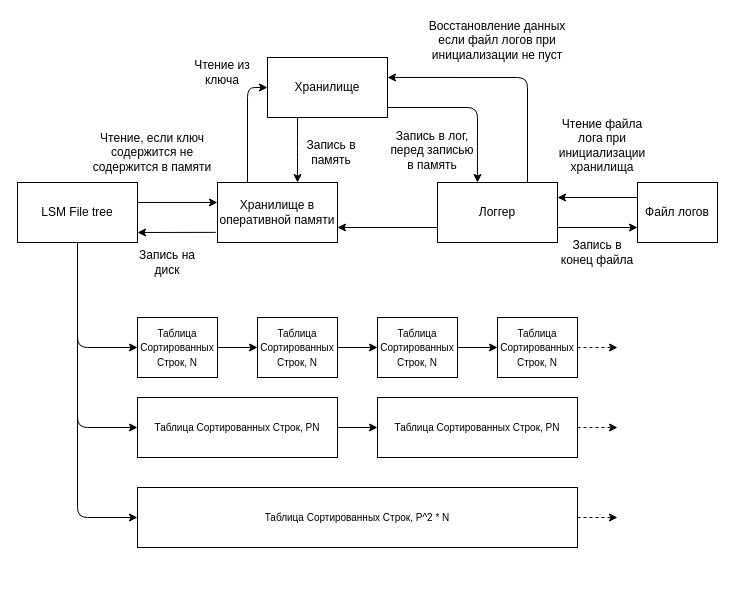
Earlier version of the draw.io diagram 3 LsmStorage.drawio (don-dron/dbms). Source tidied: cells renumbered, new cells numbered last; positions are measured from the earlier drawing's top-left corner, leaving out a move shared by most shapes. Both pictures are drawn from the tidied source at 100%, with x=0, y=0 at pixel (17, 17).
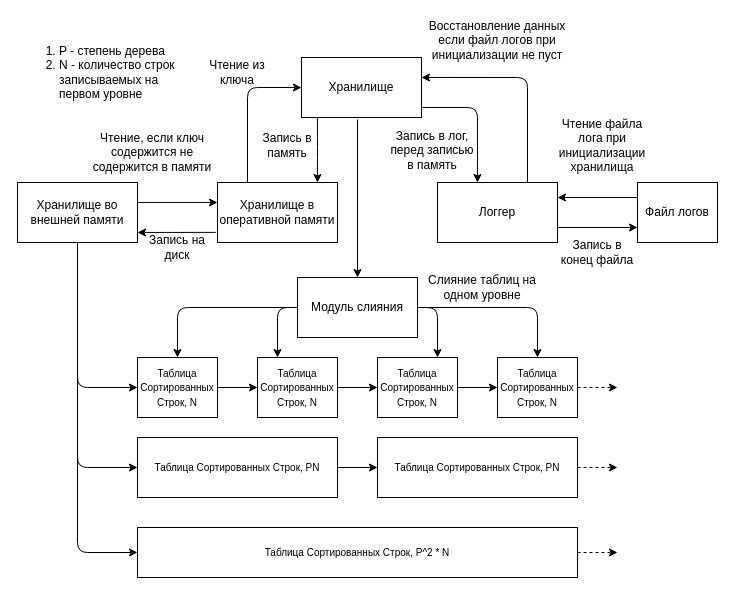
After the change.

The change refers to these unchanged cells:
```xml
<mxCell id="4" value="Хранилище в оперативной памяти" style="rounded=0;whiteSpace=wrap;html=1;" parent="1" vertex="1">
  <mxGeometry x="200" y="165" width="120" height="60" as="geometry" />
</mxCell>
<mxCell id="23" value="Логгер" style="rounded=0;whiteSpace=wrap;html=1;" parent="1" vertex="1">
  <mxGeometry x="420" y="165" width="120" height="60" as="geometry" />
</mxCell>
```

What changed in the source:
```diff
@@
     <mxCell id="2" value="Хранилище" style="rounded=0;whiteSpace=wrap;html=1;" parent="1" vertex="1">
-      <mxGeometry x="250" y="40" width="120" height="60" as="geometry" />
+      <mxGeometry x="284" y="40" width="120" height="60" as="geometry" />
     </mxCell>
-    <mxCell id="3" value="&lt;span&gt;LSM File tree&lt;/span&gt;" style="rounded=0;whiteSpace=wrap;html=1;" parent="1" vertex="1">
+    <mxCell id="3" value="Хранилище во внешней памяти" style="rounded=0;whiteSpace=wrap;html=1;" parent="1" vertex="1">
       <mxGeometry y="165" width="120" height="60" as="geometry" />
     </mxCell>
@@
     <mxCell id="5" value="&lt;font style=&quot;font-size: 10px&quot;&gt;Таблица Сортированных Строк, N&lt;/font&gt;" style="rounded=0;whiteSpace=wrap;html=1;" parent="1" vertex="1">
-      <mxGeometry x="120" y="300" width="80" height="60" as="geometry" />
+      <mxGeometry x="120" y="340" width="80" height="60" as="geometry" />
     </mxCell>
     <mxCell id="6" value="&lt;span style=&quot;font-size: 10px&quot;&gt;Таблица Сортированных Строк, N&lt;/span&gt;" style="rounded=0;whiteSpace=wrap;html=1;" parent="1" vertex="1">
-      <mxGeometry x="240" y="300" width="80" height="60" as="geometry" />
+      <mxGeometry x="240" y="340" width="80" height="60" as="geometry" />
     </mxCell>
     <mxCell id="7" value="&lt;span style=&quot;font-size: 10px&quot;&gt;Таблица Сортированных Строк, N&lt;/span&gt;" style="rounded=0;whiteSpace=wrap;html=1;" parent="1" vertex="1">
-      <mxGeometry x="360" y="300" width="80" height="60" as="geometry" />
+      <mxGeometry x="360" y="340" width="80" height="60" as="geometry" />
     </mxCell>
     <mxCell id="8" value="&lt;span style=&quot;font-size: 10px&quot;&gt;Таблица Сортированных Строк, N&lt;/span&gt;" style="rounded=0;whiteSpace=wrap;html=1;" parent="1" vertex="1">
-      <mxGeometry x="480" y="300" width="80" height="60" as="geometry" />
+      <mxGeometry x="480" y="340" width="80" height="60" as="geometry" />
     </mxCell>
     <mxCell id="9" value="&lt;span style=&quot;font-size: 10px&quot;&gt;Таблица Сортированных Строк, PN&lt;/span&gt;" style="rounded=0;whiteSpace=wrap;html=1;" parent="1" vertex="1">
-      <mxGeometry x="120" y="380" width="200" height="60" as="geometry" />
+      <mxGeometry x="120" y="420" width="200" height="60" as="geometry" />
     </mxCell>
     <mxCell id="10" value="&lt;span style=&quot;font-size: 10px&quot;&gt;Таблица Сортированных Строк, PN&lt;/span&gt;" style="rounded=0;whiteSpace=wrap;html=1;" parent="1" vertex="1">
-      <mxGeometry x="360" y="380" width="200" height="60" as="geometry" />
+      <mxGeometry x="360" y="420" width="200" height="60" as="geometry" />
     </mxCell>
     <mxCell id="11" value="&lt;span style=&quot;font-size: 10px&quot;&gt;Таблица Сортированных Строк, P^2 * N&lt;/span&gt;" style="rounded=0;whiteSpace=wrap;html=1;" parent="1" vertex="1">
-      <mxGeometry x="120" y="470" width="440" height="60" as="geometry" />
+      <mxGeometry x="120" y="510" width="440" height="50" as="geometry" />
     </mxCell>
-    <mxCell id="12" style="endArrow=classic;html=1;exitX=0.5;exitY=1;exitDx=0;exitDy=0;entryX=0;entryY=0.5;entryDx=0;entryDy=0;" parent="1" edge="1" source="3" target="11">
+    <mxCell id="12" style="endArrow=classic;html=1;entryX=0;entryY=0.5;entryDx=0;entryDy=0;" parent="1" edge="1" target="11">
       <mxGeometry relative="1" as="geometry">
+        <mxPoint x="60" y="300" as="sourcePoint" />
         <Array as="points">
-          <mxPoint x="60" y="500" />
+          <mxPoint x="60" y="535" />
         </Array>
       </mxGeometry>
     </mxCell>
     <mxCell id="13" style="endArrow=classic;html=1;entryX=0;entryY=0.5;entryDx=0;entryDy=0;" parent="1" edge="1" target="9">
       <mxGeometry relative="1" as="geometry">
-        <mxPoint x="60" y="225" as="sourcePoint" />
+        <mxPoint x="60" y="300" as="sourcePoint" />
         <Array as="points">
-          <mxPoint x="60" y="410" />
+          <mxPoint x="60" y="450" />
         </Array>
       </mxGeometry>
     </mxCell>
     <mxCell id="14" style="endArrow=classic;html=1;entryX=0;entryY=0.5;entryDx=0;entryDy=0;exitX=0.5;exitY=1;exitDx=0;exitDy=0;" parent="1" edge="1" source="3" target="5">
       <mxGeometry relative="1" as="geometry">
         <Array as="points">
-          <mxPoint x="60" y="330" />
+          <mxPoint x="60" y="370" />
         </Array>
       </mxGeometry>
     </mxCell>
@@
     <mxCell id="19" style="endArrow=classic;html=1;exitX=1;exitY=0.5;exitDx=0;exitDy=0;dashed=1;" parent="1" edge="1" source="8">
       <mxGeometry relative="1" as="geometry">
-        <mxPoint x="600" y="330" as="targetPoint" />
+        <mxPoint x="600" y="370" as="targetPoint" />
       </mxGeometry>
     </mxCell>
     <mxCell id="20" style="endArrow=classic;html=1;exitX=1;exitY=0.5;exitDx=0;exitDy=0;dashed=1;" parent="1" edge="1" source="10">
       <mxGeometry relative="1" as="geometry">
-        <mxPoint x="600" y="410" as="targetPoint" />
+        <mxPoint x="600" y="450" as="targetPoint" />
       </mxGeometry>
     </mxCell>
     <mxCell id="21" style="endArrow=classic;html=1;exitX=1;exitY=0.5;exitDx=0;exitDy=0;dashed=1;" parent="1" edge="1" source="11">
       <mxGeometry relative="1" as="geometry">
-        <mxPoint x="600" y="500" as="targetPoint" />
+        <mxPoint x="600" y="535" as="targetPoint" />
       </mxGeometry>
     </mxCell>
@@
-    <mxCell id="24" style="endArrow=classic;html=1;entryX=0.667;entryY=0;entryDx=0;entryDy=0;exitX=0.25;exitY=1;exitDx=0;exitDy=0;entryPerimeter=0;" parent="1" edge="1" source="2" target="4">
+    <mxCell id="24" style="endArrow=classic;html=1;entryX=0.833;entryY=0;entryDx=0;entryDy=0;entryPerimeter=0;exitX=0.133;exitY=1;exitDx=0;exitDy=0;exitPerimeter=0;" parent="1" edge="1" source="2" target="4">
       <mxGeometry relative="1" as="geometry">
         <Array as="points">
-          <mxPoint x="280" y="130" />
+          <mxPoint x="300" y="130" />
         </Array>
       </mxGeometry>
     </mxCell>
@@
     <mxCell id="26" value="Запись в память" style="text;html=1;strokeColor=none;fillColor=none;align=center;verticalAlign=middle;whiteSpace=wrap;rounded=0;" parent="1" vertex="1">
-      <mxGeometry x="284" y="125" width="60" height="20" as="geometry" />
+      <mxGeometry x="240" y="117.5" width="60" height="20" as="geometry" />
     </mxCell>
     <mxCell id="27" value="Чтение из ключа" style="text;html=1;strokeColor=none;fillColor=none;align=center;verticalAlign=middle;whiteSpace=wrap;rounded=0;" parent="1" vertex="1">
-      <mxGeometry x="170" y="45" width="70" height="20" as="geometry" />
+      <mxGeometry x="185" y="45" width="70" height="20" as="geometry" />
     </mxCell>
-    <mxCell id="28" style="endArrow=classic;html=1;entryX=1;entryY=0.75;entryDx=0;entryDy=0;exitX=0;exitY=0.75;exitDx=0;exitDy=0;" parent="1" edge="1" source="23" target="4">
-      <mxGeometry relative="1" as="geometry" />
-    </mxCell>
@@
     <mxCell id="31" value="Запись на диск" style="text;html=1;strokeColor=none;fillColor=none;align=center;verticalAlign=middle;whiteSpace=wrap;rounded=0;" parent="1" vertex="1">
-      <mxGeometry x="120" y="235" width="60" height="20" as="geometry" />
+      <mxGeometry x="130" y="220" width="60" height="20" as="geometry" />
     </mxCell>
@@
-    <mxCell id="34" style="endArrow=classic;html=1;exitX=0.25;exitY=0;exitDx=0;exitDy=0;" parent="1" edge="1" source="4">
+    <mxCell id="34" style="endArrow=classic;html=1;exitX=0.25;exitY=0;exitDx=0;exitDy=0;entryX=0;entryY=0.5;entryDx=0;entryDy=0;" parent="1" edge="1" source="4" target="2">
       <mxGeometry relative="1" as="geometry">
-        <mxPoint x="250" y="70" as="targetPoint" />
         <Array as="points">
           <mxPoint x="230" y="70" />
         </Array>
       </mxGeometry>
     </mxCell>
     <mxCell id="35" style="endArrow=classic;html=1;entryX=0.333;entryY=0;entryDx=0;entryDy=0;entryPerimeter=0;" parent="1" edge="1" target="23">
       <mxGeometry relative="1" as="geometry">
-        <mxPoint x="370" y="90" as="sourcePoint" />
+        <mxPoint x="440" y="90" as="sourcePoint" />
         <Array as="points">
+          <mxPoint x="400" y="90" />
           <mxPoint x="460" y="90" />
         </Array>
       </mxGeometry>
     </mxCell>
@@
+    <mxCell id="41" value="Модуль слияния" style="rounded=0;whiteSpace=wrap;html=1;" parent="1" vertex="1">
+      <mxGeometry x="280" y="260" width="120" height="60" as="geometry" />
+    </mxCell>
+    <mxCell id="42" style="endArrow=classic;html=1;entryX=0.5;entryY=0;entryDx=0;entryDy=0;" parent="1" edge="1" target="41">
+      <mxGeometry relative="1" as="geometry">
+        <mxPoint x="340" y="102" as="sourcePoint" />
+      </mxGeometry>
+    </mxCell>
+    <mxCell id="43" style="endArrow=classic;html=1;entryX=0.5;entryY=0;entryDx=0;entryDy=0;exitX=0;exitY=0.5;exitDx=0;exitDy=0;" parent="1" edge="1" source="41" target="5">
+      <mxGeometry relative="1" as="geometry">
+        <Array as="points">
+          <mxPoint x="160" y="290" />
+        </Array>
+      </mxGeometry>
+    </mxCell>
+    <mxCell id="44" style="endArrow=classic;html=1;entryX=0.25;entryY=0;entryDx=0;entryDy=0;" parent="1" edge="1" target="6">
+      <mxGeometry relative="1" as="geometry">
+        <mxPoint x="280" y="290" as="sourcePoint" />
+        <Array as="points">
+          <mxPoint x="260" y="290" />
+        </Array>
+      </mxGeometry>
+    </mxCell>
+    <mxCell id="45" style="endArrow=classic;html=1;exitX=1;exitY=0.5;exitDx=0;exitDy=0;entryX=0.75;entryY=0;entryDx=0;entryDy=0;" parent="1" edge="1" source="41" target="7">
+      <mxGeometry relative="1" as="geometry">
+        <Array as="points">
+          <mxPoint x="420" y="290" />
+        </Array>
+      </mxGeometry>
+    </mxCell>
+    <mxCell id="46" style="endArrow=classic;html=1;entryX=0.5;entryY=0;entryDx=0;entryDy=0;" parent="1" edge="1" target="8">
+      <mxGeometry relative="1" as="geometry">
+        <mxPoint x="400" y="290" as="sourcePoint" />
+        <Array as="points">
+          <mxPoint x="520" y="290" />
+        </Array>
+      </mxGeometry>
+    </mxCell>
+    <mxCell id="47" value="Слияние таблиц на одном уровне" style="text;html=1;strokeColor=none;fillColor=none;align=center;verticalAlign=middle;whiteSpace=wrap;rounded=0;" parent="1" vertex="1">
+      <mxGeometry x="410" y="260" width="110" height="20" as="geometry" />
+    </mxCell>
+    <mxCell id="48" value="&lt;ol&gt;&lt;li&gt;P - степень дерева&lt;/li&gt;&lt;li&gt;N - количество строк записываемых на первом уровне&lt;/li&gt;&lt;/ol&gt;" style="text;strokeColor=none;fillColor=none;html=1;whiteSpace=wrap;verticalAlign=middle;overflow=hidden;" parent="1" vertex="1">
+      <mxGeometry width="180" height="110" as="geometry" />
+    </mxCell>
```
